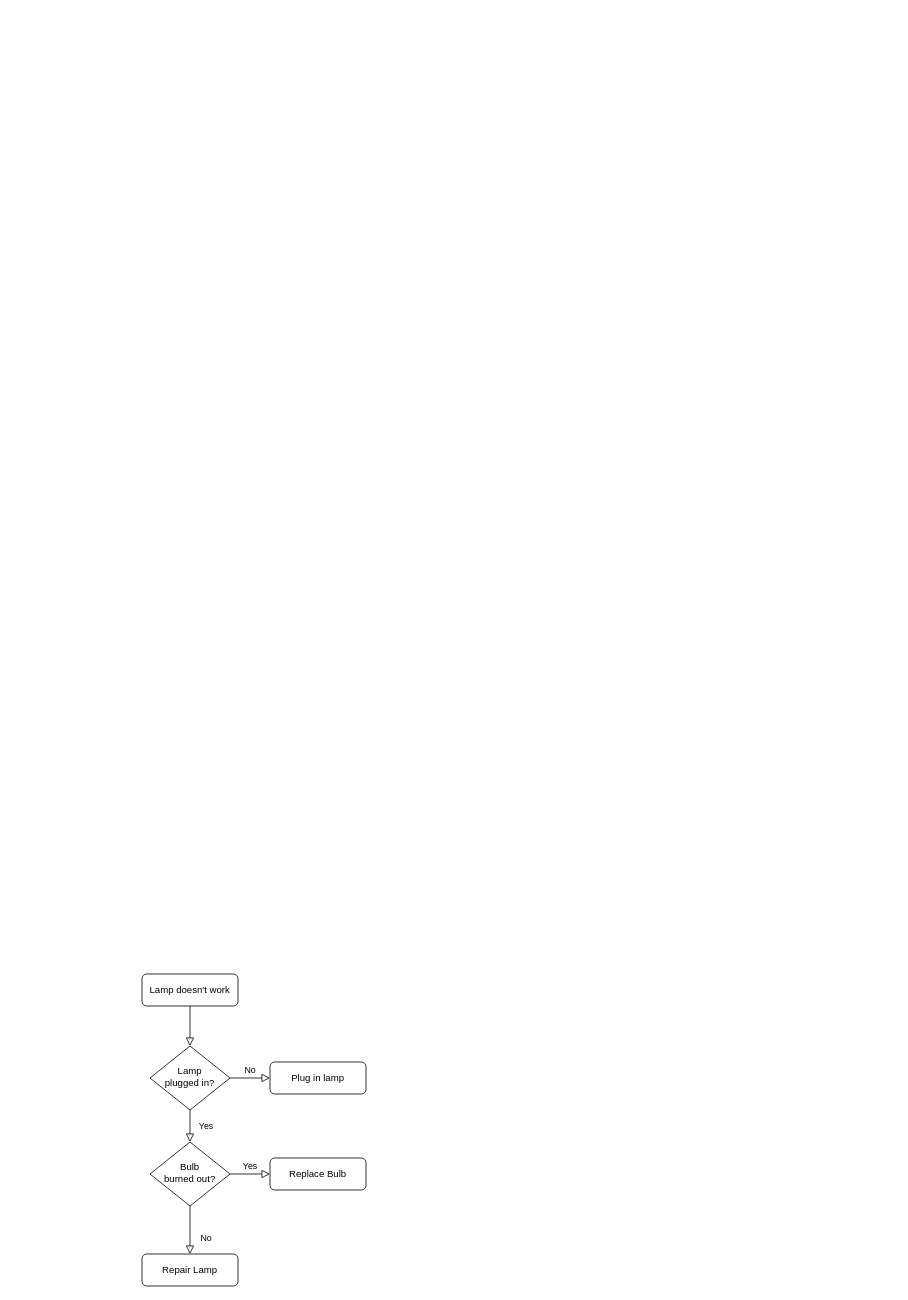
This is Untitled Diagram.drawio from Lea23VC/MapApp, a draw.io file, before an edit. Source tidied: cells renumbered, new cells numbered last; positions are measured from the earlier drawing's top-left corner, leaving out a move shared by most shapes. Both pictures are drawn from the tidied source at 80%, with x=0, y=0 at pixel (142, 974).
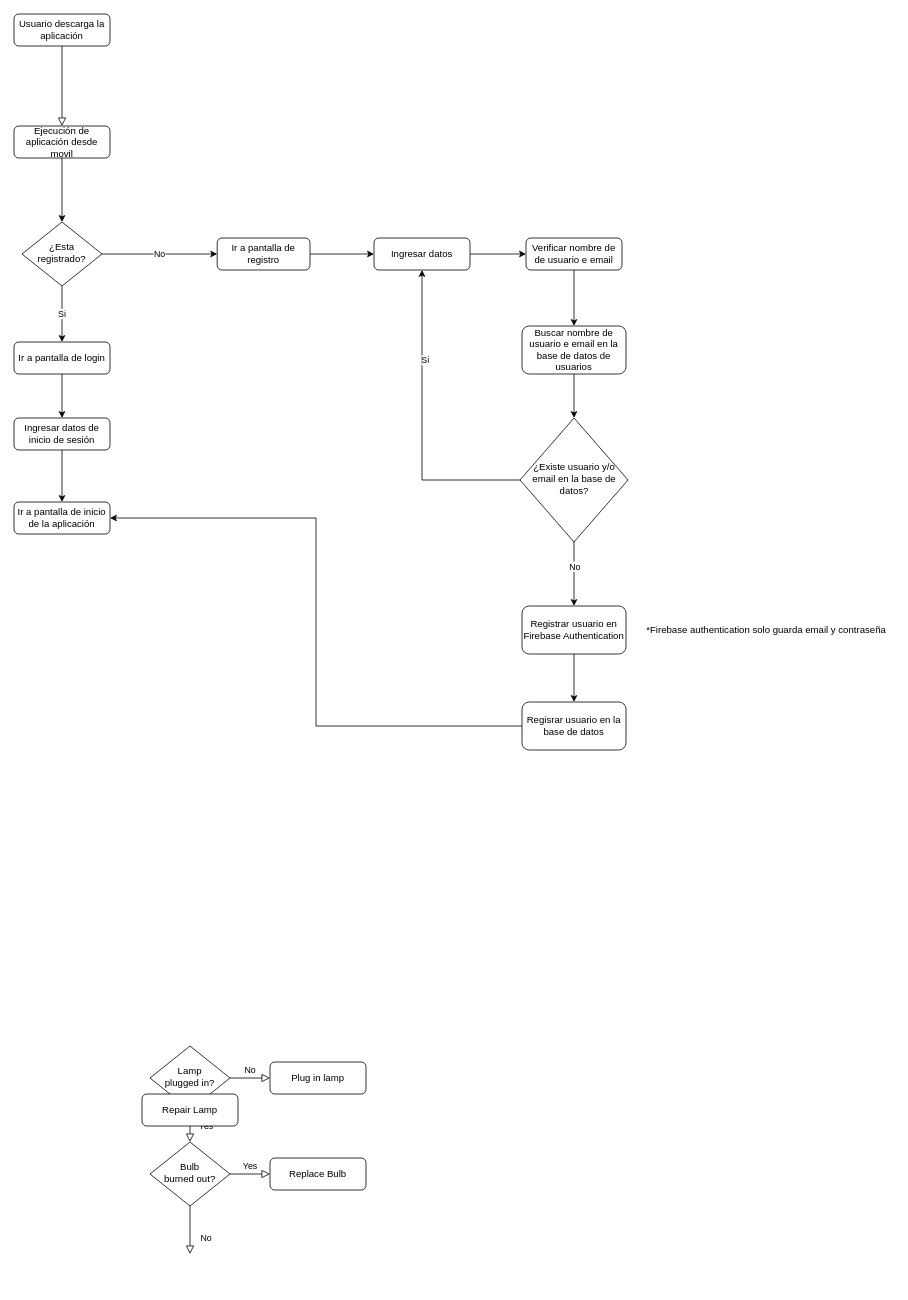
The same page after the edit.

Commit message:
MapApp (Diagrama inicio sesión).drawio

Unchanged cells that the change refers to:
```xml
<mxCell id="6" value="Lamp&lt;br&gt;plugged in?" style="rhombus;whiteSpace=wrap;html=1;shadow=0;fontFamily=Helvetica;fontSize=12;align=center;strokeWidth=1;spacing=6;spacingTop=-4;" parent="1" vertex="1">
  <mxGeometry x="10" y="90" width="100" height="80" as="geometry" />
</mxCell>
<mxCell id="10" value="Bulb&lt;br&gt;burned out?" style="rhombus;whiteSpace=wrap;html=1;shadow=0;fontFamily=Helvetica;fontSize=12;align=center;strokeWidth=1;spacing=6;spacingTop=-4;" parent="1" vertex="1">
  <mxGeometry x="10" y="210" width="100" height="80" as="geometry" />
</mxCell>
```

Diff of the diagram source:
```diff
@@
-    <mxCell id="2" style="rounded=0;html=1;jettySize=auto;fontSize=11;endArrow=block;endFill=0;endSize=8;strokeWidth=1;shadow=0;labelBackgroundColor=none;edgeStyle=orthogonalEdgeStyle;" parent="1" edge="1" source="3" target="6">
-      <mxGeometry relative="1" as="geometry" />
+    <mxCell id="2" style="rounded=0;html=1;jettySize=auto;fontSize=11;endArrow=block;endFill=0;endSize=8;strokeWidth=1;shadow=0;labelBackgroundColor=none;edgeStyle=orthogonalEdgeStyle;" parent="1" edge="1" source="3">
+      <mxGeometry relative="1" as="geometry">
+        <mxPoint x="-100" y="-1060" as="targetPoint" />
+      </mxGeometry>
     </mxCell>
-    <mxCell id="3" value="Lamp doesn't work" style="rounded=1;whiteSpace=wrap;html=1;fontSize=12;glass=0;strokeWidth=1;shadow=0;" parent="1" vertex="1">
-      <mxGeometry width="120" height="40" as="geometry" />
+    <mxCell id="3" value="Usuario descarga la aplicación" style="rounded=1;whiteSpace=wrap;html=1;fontSize=12;glass=0;strokeWidth=1;shadow=0;" parent="1" vertex="1">
+      <mxGeometry x="-160" y="-1200" width="120" height="40" as="geometry" />
     </mxCell>
@@
-    <mxCell id="8" value="No" style="rounded=0;html=1;jettySize=auto;fontSize=11;endArrow=block;endFill=0;endSize=8;strokeWidth=1;shadow=0;labelBackgroundColor=none;edgeStyle=orthogonalEdgeStyle;" parent="1" edge="1" source="10" target="11">
-      <mxGeometry x="0.33" y="20" relative="1" as="geometry" />
+    <mxCell id="8" value="No" style="rounded=0;html=1;jettySize=auto;fontSize=11;endArrow=block;endFill=0;endSize=8;strokeWidth=1;shadow=0;labelBackgroundColor=none;edgeStyle=orthogonalEdgeStyle;" parent="1" edge="1" source="10">
+      <mxGeometry x="0.33" y="20" relative="1" as="geometry">
+        <mxPoint x="60" y="350" as="targetPoint" />
+      </mxGeometry>
     </mxCell>
@@
     <mxCell id="11" value="Repair Lamp" style="rounded=1;whiteSpace=wrap;html=1;fontSize=12;glass=0;strokeWidth=1;shadow=0;" parent="1" vertex="1">
-      <mxGeometry y="350" width="120" height="40" as="geometry" />
+      <mxGeometry y="150" width="120" height="40" as="geometry" />
     </mxCell>
@@
+    <mxCell id="13" value="No" style="edgeStyle=orthogonalEdgeStyle;rounded=0;jettySize=auto;html=1;exitX=1;exitY=0.5;exitDx=0;exitDy=0;entryX=0;entryY=0.5;entryDx=0;entryDy=0;" parent="1" edge="1" source="15" target="19">
+      <mxGeometry relative="1" as="geometry" />
+    </mxCell>
+    <mxCell id="14" value="Si" style="edgeStyle=orthogonalEdgeStyle;rounded=0;jettySize=auto;html=1;" parent="1" edge="1" source="15" target="37">
+      <mxGeometry relative="1" as="geometry" />
+    </mxCell>
+    <mxCell id="15" value="¿Esta registrado?" style="rhombus;whiteSpace=wrap;html=1;shadow=0;fontFamily=Helvetica;fontSize=12;align=center;strokeWidth=1;spacing=6;spacingTop=-4;" parent="1" vertex="1">
+      <mxGeometry x="-150" y="-940" width="100" height="80" as="geometry" />
+    </mxCell>
+    <mxCell id="16" style="edgeStyle=orthogonalEdgeStyle;rounded=0;jettySize=auto;html=1;exitX=0.5;exitY=1;exitDx=0;exitDy=0;" parent="1" edge="1" source="17" target="15">
+      <mxGeometry relative="1" as="geometry" />
+    </mxCell>
+    <mxCell id="17" value="Ejecución de aplicación desde movil&lt;br&gt;" style="rounded=1;whiteSpace=wrap;html=1;fontSize=12;glass=0;strokeWidth=1;shadow=0;" parent="1" vertex="1">
+      <mxGeometry x="-160" y="-1060" width="120" height="40" as="geometry" />
+    </mxCell>
+    <mxCell id="18" style="edgeStyle=orthogonalEdgeStyle;rounded=0;jettySize=auto;html=1;exitX=1;exitY=0.5;exitDx=0;exitDy=0;" parent="1" edge="1" source="19" target="21">
+      <mxGeometry relative="1" as="geometry" />
+    </mxCell>
+    <mxCell id="19" value="Ir a pantalla de registro&lt;br&gt;" style="rounded=1;whiteSpace=wrap;html=1;fontSize=12;glass=0;strokeWidth=1;shadow=0;" parent="1" vertex="1">
+      <mxGeometry x="94" y="-920" width="116" height="40" as="geometry" />
+    </mxCell>
+    <mxCell id="20" style="edgeStyle=orthogonalEdgeStyle;rounded=0;jettySize=auto;html=1;exitX=1;exitY=0.5;exitDx=0;exitDy=0;" parent="1" edge="1" source="21" target="23">
+      <mxGeometry relative="1" as="geometry" />
+    </mxCell>
+    <mxCell id="21" value="Ingresar datos&lt;br&gt;" style="rounded=1;whiteSpace=wrap;html=1;fontSize=12;glass=0;strokeWidth=1;shadow=0;" parent="1" vertex="1">
+      <mxGeometry x="290" y="-920" width="120" height="40" as="geometry" />
+    </mxCell>
+    <mxCell id="22" style="edgeStyle=orthogonalEdgeStyle;rounded=0;jettySize=auto;html=1;exitX=0.5;exitY=1;exitDx=0;exitDy=0;" parent="1" edge="1" source="23" target="25">
+      <mxGeometry relative="1" as="geometry" />
+    </mxCell>
+    <mxCell id="23" value="Verificar nombre de de usuario e email" style="rounded=1;whiteSpace=wrap;html=1;fontSize=12;glass=0;strokeWidth=1;shadow=0;" parent="1" vertex="1">
+      <mxGeometry x="480" y="-920" width="120" height="40" as="geometry" />
+    </mxCell>
+    <mxCell id="24" style="edgeStyle=orthogonalEdgeStyle;rounded=0;jettySize=auto;html=1;" parent="1" edge="1" source="25" target="30">
+      <mxGeometry relative="1" as="geometry" />
+    </mxCell>
+    <mxCell id="25" value="Buscar nombre de usuario e email en la base de datos de usuarios" style="rounded=1;whiteSpace=wrap;html=1;fontSize=12;glass=0;strokeWidth=1;shadow=0;" parent="1" vertex="1">
+      <mxGeometry x="475" y="-810" width="130" height="60" as="geometry" />
+    </mxCell>
+    <mxCell id="26" style="edgeStyle=orthogonalEdgeStyle;rounded=0;jettySize=auto;html=1;entryX=0.5;entryY=1;entryDx=0;entryDy=0;" parent="1" edge="1" source="30" target="21">
+      <mxGeometry relative="1" as="geometry" />
+    </mxCell>
+    <mxCell id="27" value="Si&lt;br&gt;" style="edgeLabel;html=1;align=center;verticalAlign=middle;" parent="26" vertex="1">
+      <mxGeometry x="0.42" y="-3" relative="1" as="geometry" />
+    </mxCell>
+    <mxCell id="28" style="edgeStyle=orthogonalEdgeStyle;rounded=0;jettySize=auto;html=1;" parent="1" edge="1" source="30" target="32">
+      <mxGeometry relative="1" as="geometry" />
+    </mxCell>
+    <mxCell id="29" value="No" style="edgeLabel;html=1;align=center;verticalAlign=middle;" parent="28" vertex="1">
+      <mxGeometry x="-0.26" relative="1" as="geometry" />
+    </mxCell>
+    <mxCell id="30" value="¿Existe usuario y/o email en la base de datos?" style="rhombus;whiteSpace=wrap;html=1;shadow=0;fontFamily=Helvetica;fontSize=12;align=center;strokeWidth=1;spacing=6;spacingTop=-4;" parent="1" vertex="1">
+      <mxGeometry x="472.5" y="-695" width="135" height="155" as="geometry" />
+    </mxCell>
+    <mxCell id="31" style="edgeStyle=orthogonalEdgeStyle;rounded=0;jettySize=auto;html=1;exitX=0.5;exitY=1;exitDx=0;exitDy=0;" parent="1" edge="1" source="32" target="34">
+      <mxGeometry relative="1" as="geometry" />
+    </mxCell>
+    <mxCell id="32" value="Registrar usuario en Firebase Authentication" style="rounded=1;whiteSpace=wrap;html=1;fontSize=12;glass=0;strokeWidth=1;shadow=0;" parent="1" vertex="1">
+      <mxGeometry x="475" y="-460" width="130" height="60" as="geometry" />
+    </mxCell>
+    <mxCell id="33" style="edgeStyle=orthogonalEdgeStyle;rounded=0;jettySize=auto;html=1;entryX=1;entryY=0.5;entryDx=0;entryDy=0;" parent="1" edge="1" source="34" target="40">
+      <mxGeometry relative="1" as="geometry" />
+    </mxCell>
+    <mxCell id="34" value="Regisrar usuario en la base de datos" style="rounded=1;whiteSpace=wrap;html=1;fontSize=12;glass=0;strokeWidth=1;shadow=0;" parent="1" vertex="1">
+      <mxGeometry x="475" y="-340" width="130" height="60" as="geometry" />
+    </mxCell>
+    <mxCell id="35" value="*Firebase authentication solo guarda email y contraseña" style="text;html=1;align=center;verticalAlign=middle;strokeColor=none;fillColor=none;" parent="1" vertex="1">
+      <mxGeometry x="620" y="-440" width="320" height="20" as="geometry" />
+    </mxCell>
+    <mxCell id="36" style="edgeStyle=orthogonalEdgeStyle;rounded=0;jettySize=auto;html=1;exitX=0.5;exitY=1;exitDx=0;exitDy=0;" parent="1" edge="1" source="37" target="39">
+      <mxGeometry relative="1" as="geometry" />
+    </mxCell>
+    <mxCell id="37" value="Ir a pantalla de login" style="rounded=1;whiteSpace=wrap;html=1;fontSize=12;glass=0;strokeWidth=1;shadow=0;" parent="1" vertex="1">
+      <mxGeometry x="-160" y="-790" width="120" height="40" as="geometry" />
+    </mxCell>
+    <mxCell id="38" style="edgeStyle=orthogonalEdgeStyle;rounded=0;jettySize=auto;html=1;" parent="1" edge="1" source="39" target="40">
+      <mxGeometry relative="1" as="geometry" />
+    </mxCell>
+    <mxCell id="39" value="Ingresar datos de inicio de sesión&lt;br&gt;" style="rounded=1;whiteSpace=wrap;html=1;fontSize=12;glass=0;strokeWidth=1;shadow=0;" parent="1" vertex="1">
+      <mxGeometry x="-160" y="-695" width="120" height="40" as="geometry" />
+    </mxCell>
+    <mxCell id="40" value="Ir a pantalla de inicio de la aplicación" style="rounded=1;whiteSpace=wrap;html=1;fontSize=12;glass=0;strokeWidth=1;shadow=0;" parent="1" vertex="1">
+      <mxGeometry x="-160" y="-590" width="120" height="40" as="geometry" />
+    </mxCell>
```
